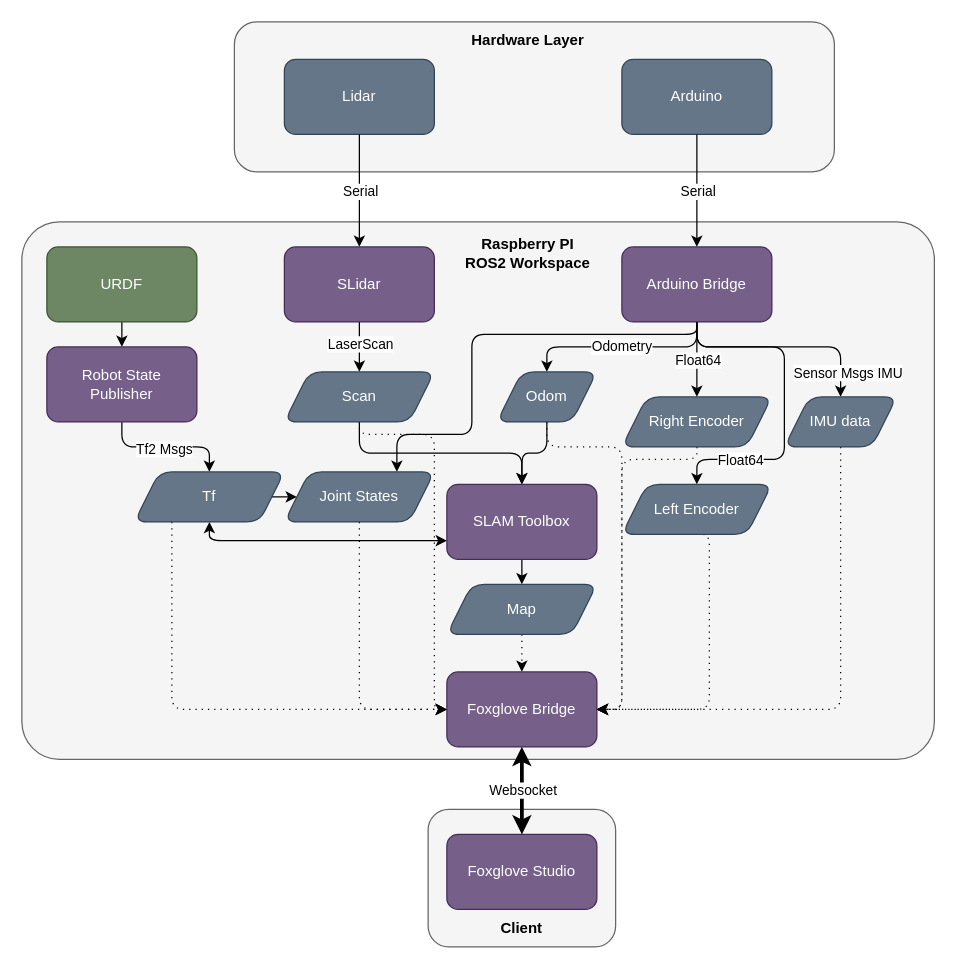
This is ROSworkspaceOverview.drawio from Gab1575/MREN203_Group9, a draw.io file, before an edit. Source tidied: cells renumbered, new cells numbered last; positions are measured from the earlier drawing's top-left corner, leaving out a move shared by most shapes. Both pictures are drawn from the tidied source at 125%, with x=0, y=0 at pixel (21, 21).
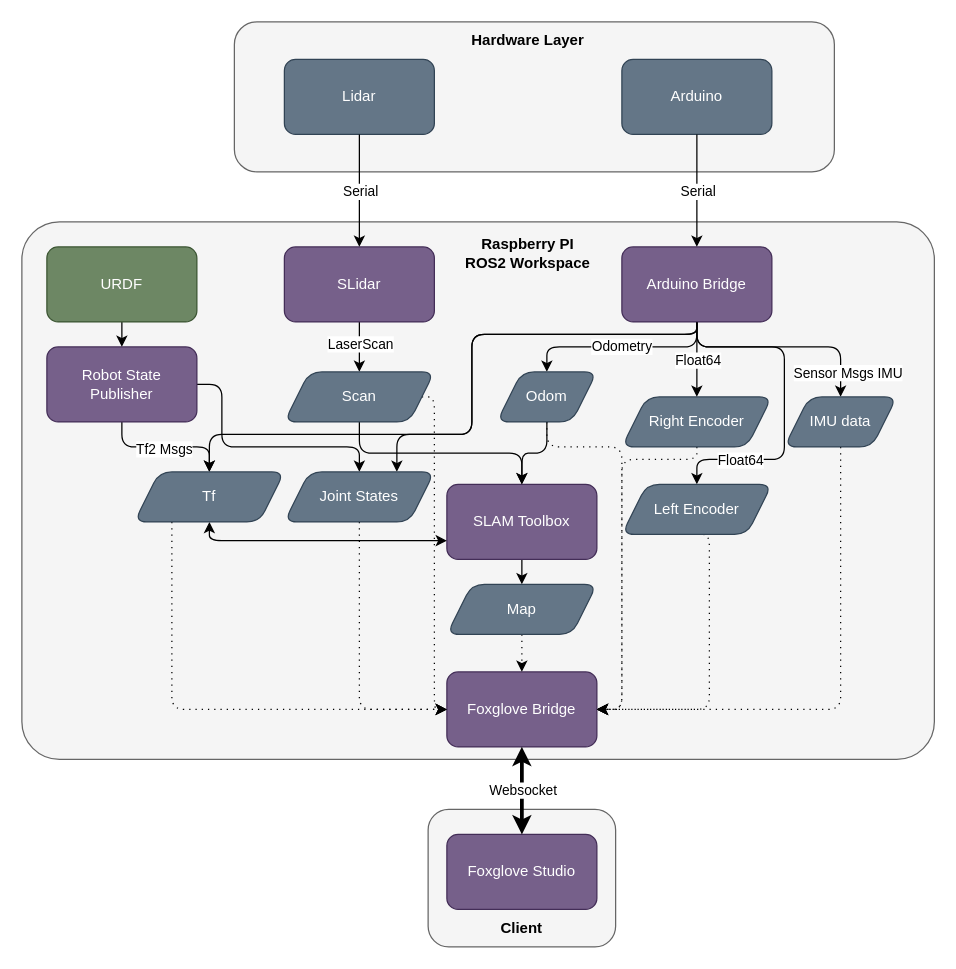
After the change.

The change refers to these unchanged cells:
```xml
<mxCell id="15" value="Arduino Bridge" style="rounded=1;whiteSpace=wrap;html=1;fillColor=#76608a;fontColor=#ffffff;strokeColor=#432D57;" parent="1" vertex="1">
  <mxGeometry x="480" y="180" width="120" height="60" as="geometry" />
</mxCell>
<mxCell id="20" value="Robot State&lt;div&gt;Publisher&lt;/div&gt;" style="rounded=1;whiteSpace=wrap;html=1;fillColor=#76608a;fontColor=#ffffff;strokeColor=#432D57;" parent="1" vertex="1">
  <mxGeometry x="20" y="260" width="120" height="60" as="geometry" />
</mxCell>
<mxCell id="21" value="Foxglove Bridge" style="rounded=1;whiteSpace=wrap;html=1;fillColor=#76608a;fontColor=#ffffff;strokeColor=#432D57;" parent="1" vertex="1">
  <mxGeometry x="340" y="520" width="120" height="60" as="geometry" />
</mxCell>
<mxCell id="32" value="Joint States" style="shape=parallelogram;perimeter=parallelogramPerimeter;whiteSpace=wrap;html=1;fixedSize=1;fillColor=#647687;fontColor=#ffffff;strokeColor=#314354;rounded=1;" parent="1" vertex="1">
  <mxGeometry x="210" y="360" width="120" height="40" as="geometry" />
</mxCell>
<mxCell id="38" value="Tf" style="shape=parallelogram;perimeter=parallelogramPerimeter;whiteSpace=wrap;html=1;fixedSize=1;fillColor=#647687;fontColor=#ffffff;strokeColor=#314354;rounded=1;" parent="1" vertex="1">
  <mxGeometry x="90" y="360" width="120" height="40" as="geometry" />
</mxCell>
<mxCell id="41" value="Scan" style="shape=parallelogram;perimeter=parallelogramPerimeter;whiteSpace=wrap;html=1;fixedSize=1;fillColor=#647687;fontColor=#ffffff;strokeColor=#314354;rounded=1;" parent="1" vertex="1">
  <mxGeometry x="210" y="280" width="120" height="40" as="geometry" />
</mxCell>
```

Diff of the diagram source:
```diff
@@
+    <mxCell id="57" style="edgeStyle=orthogonalEdgeStyle;rounded=1;jettySize=auto;html=1;exitX=0.5;exitY=1;exitDx=0;exitDy=0;entryX=0.5;entryY=0;entryDx=0;entryDy=0;" parent="1" edge="1" source="15" target="38">
+      <mxGeometry relative="1" as="geometry">
+        <Array as="points">
+          <mxPoint x="540" y="250" />
+          <mxPoint x="360" y="250" />
+          <mxPoint x="360" y="330" />
+          <mxPoint x="150" y="330" />
+        </Array>
+      </mxGeometry>
+    </mxCell>
@@
+    <mxCell id="58" style="edgeStyle=orthogonalEdgeStyle;rounded=1;jettySize=auto;html=1;exitX=1;exitY=0.5;exitDx=0;exitDy=0;entryX=0.5;entryY=0;entryDx=0;entryDy=0;" parent="1" edge="1" source="20" target="32">
+      <mxGeometry relative="1" as="geometry">
+        <Array as="points">
+          <mxPoint x="160" y="290" />
+          <mxPoint x="160" y="340" />
+          <mxPoint x="270" y="340" />
+        </Array>
+      </mxGeometry>
+    </mxCell>
@@
-    <mxCell id="35" style="edgeStyle=orthogonalEdgeStyle;rounded=1;jettySize=auto;html=1;exitX=1;exitY=0.5;exitDx=0;exitDy=0;entryX=0;entryY=0.5;entryDx=0;entryDy=0;" parent="1" edge="1" source="38" target="32">
-      <mxGeometry relative="1" as="geometry" />
-    </mxCell>
@@
-    <mxCell id="40" style="edgeStyle=orthogonalEdgeStyle;rounded=1;jettySize=auto;html=1;exitX=0.5;exitY=1;exitDx=0;exitDy=0;entryX=0;entryY=0.5;entryDx=0;entryDy=0;dashed=1;dashPattern=1 4;" parent="1" edge="1" source="41" target="21">
+    <mxCell id="40" style="edgeStyle=orthogonalEdgeStyle;rounded=1;jettySize=auto;html=1;exitX=1;exitY=0.5;exitDx=0;exitDy=0;entryX=0;entryY=0.5;entryDx=0;entryDy=0;dashed=1;dashPattern=1 4;" parent="1" edge="1" source="41" target="21">
       <mxGeometry relative="1" as="geometry">
         <Array as="points">
-          <mxPoint x="270" y="330" />
-          <mxPoint x="330" y="330" />
+          <mxPoint x="330" y="300" />
           <mxPoint x="330" y="550" />
         </Array>
       </mxGeometry>
     </mxCell>
```
